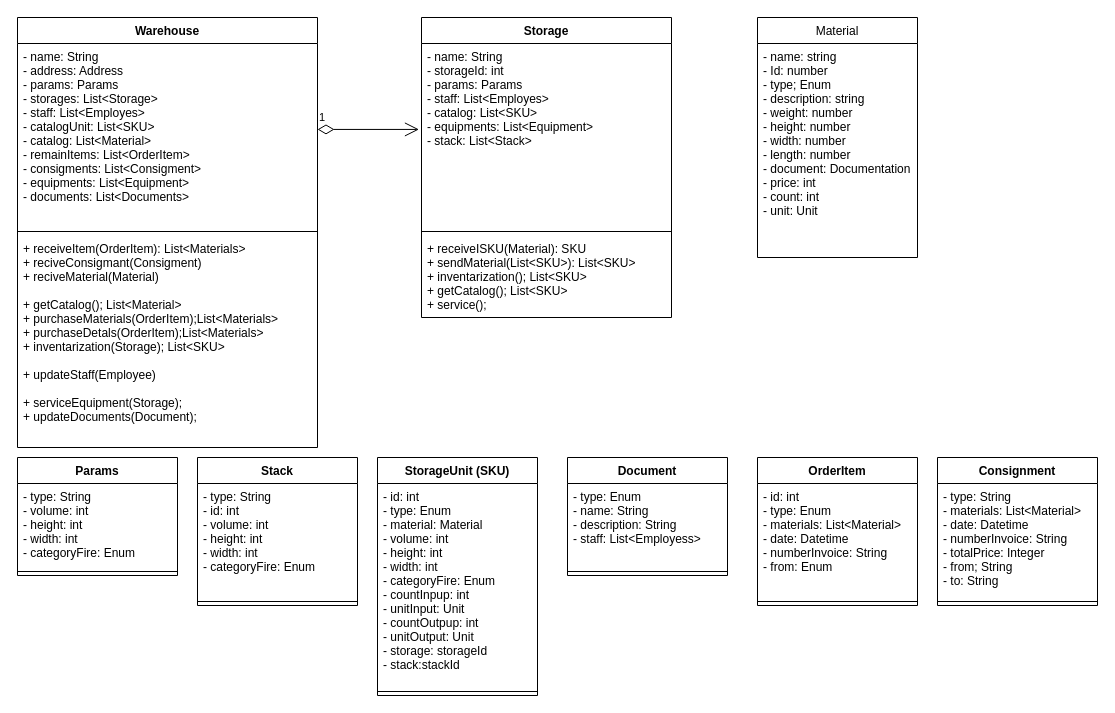
Earlier version of the draw.io diagram Materials/Storage.drawio (CloudOpsMaster/factoryBusinessOptimisation). Source tidied: cells renumbered, new cells numbered last; positions are measured from the earlier drawing's top-left corner, leaving out a move shared by most shapes. Both pictures are drawn from the tidied source at 100%, with x=0, y=0 at pixel (17, 17).
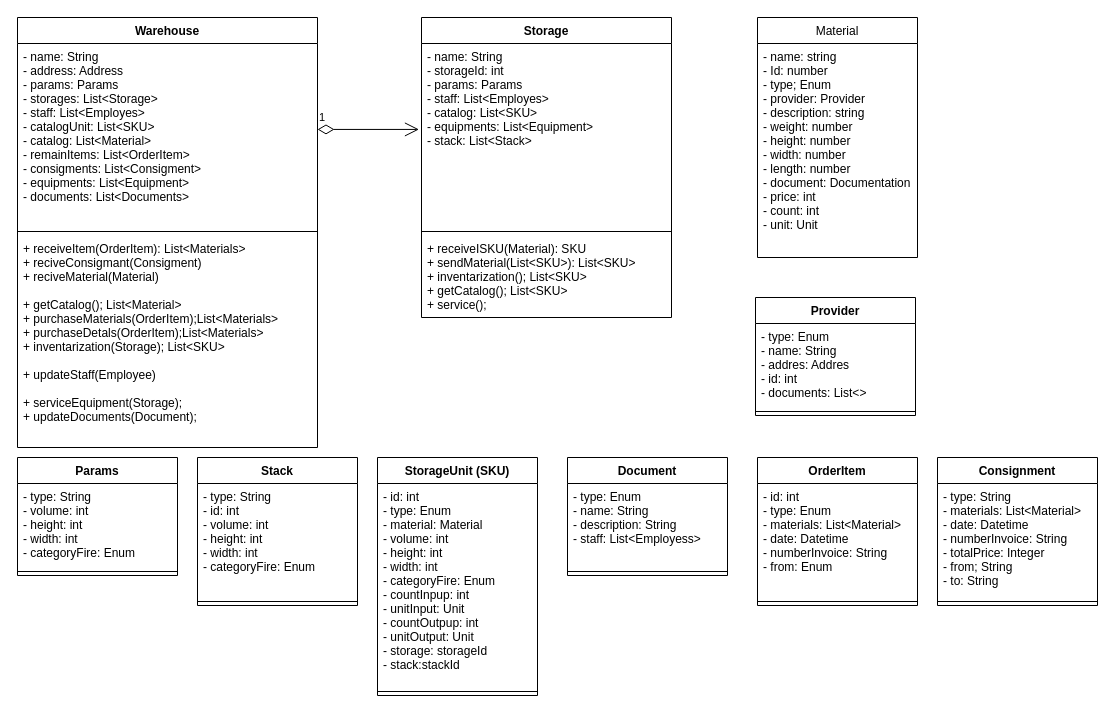
Above is the later version.

Unchanged cells that the change refers to:
```xml
<mxCell id="29" value="Material" style="swimlane;fontStyle=0;horizontal=1;startSize=26;fillColor=none;" parent="1" vertex="1">
  <mxGeometry x="740" width="160" height="240" as="geometry" />
</mxCell>
```

Change to the diagram source:
```diff
@@
-    <mxCell id="30" value="- name: string&#10;- Id: number&#10;- type; Enum&#10;- description: string&#10;- weight: number&#10;- height: number&#10;- width: number&#10;- length: number&#10;- document: Documentation&#10;- price: int&#10;- count: int&#10;- unit: Unit&#10;&#10;&#10;" style="text;strokeColor=none;fillColor=none;align=left;verticalAlign=top;spacingLeft=4;spacingRight=4;overflow=hidden;" parent="29" vertex="1">
+    <mxCell id="30" value="- name: string&#10;- Id: number&#10;- type; Enum&#10;- provider: Provider&#10;- description: string&#10;- weight: number&#10;- height: number&#10;- width: number&#10;- length: number&#10;- document: Documentation&#10;- price: int&#10;- count: int&#10;- unit: Unit&#10;&#10;&#10;" style="text;strokeColor=none;fillColor=none;align=left;verticalAlign=top;spacingLeft=4;spacingRight=4;overflow=hidden;" parent="29" vertex="1">
       <mxGeometry y="26" width="160" height="214" as="geometry" />
     </mxCell>
+    <mxCell id="31" value="Provider&#10;" style="swimlane;fontStyle=1;align=center;verticalAlign=top;horizontal=1;startSize=26;" parent="1" vertex="1">
+      <mxGeometry x="738" y="280" width="160" height="118" as="geometry" />
+    </mxCell>
+    <mxCell id="32" value="- type: Enum&#10;- name: String&#10;- addres: Addres&#10;- id: int&#10;- documents: List&lt;&gt;&#10;" style="text;strokeColor=none;fillColor=none;align=left;verticalAlign=top;spacingLeft=4;spacingRight=4;overflow=hidden;" parent="31" vertex="1">
+      <mxGeometry y="26" width="160" height="84" as="geometry" />
+    </mxCell>
+    <mxCell id="33" style="line;strokeWidth=1;fillColor=none;align=left;verticalAlign=middle;spacingTop=-1;spacingLeft=3;spacingRight=3;labelPosition=right;" parent="31" vertex="1">
+      <mxGeometry y="110" width="160" height="8" as="geometry" />
+    </mxCell>
```
